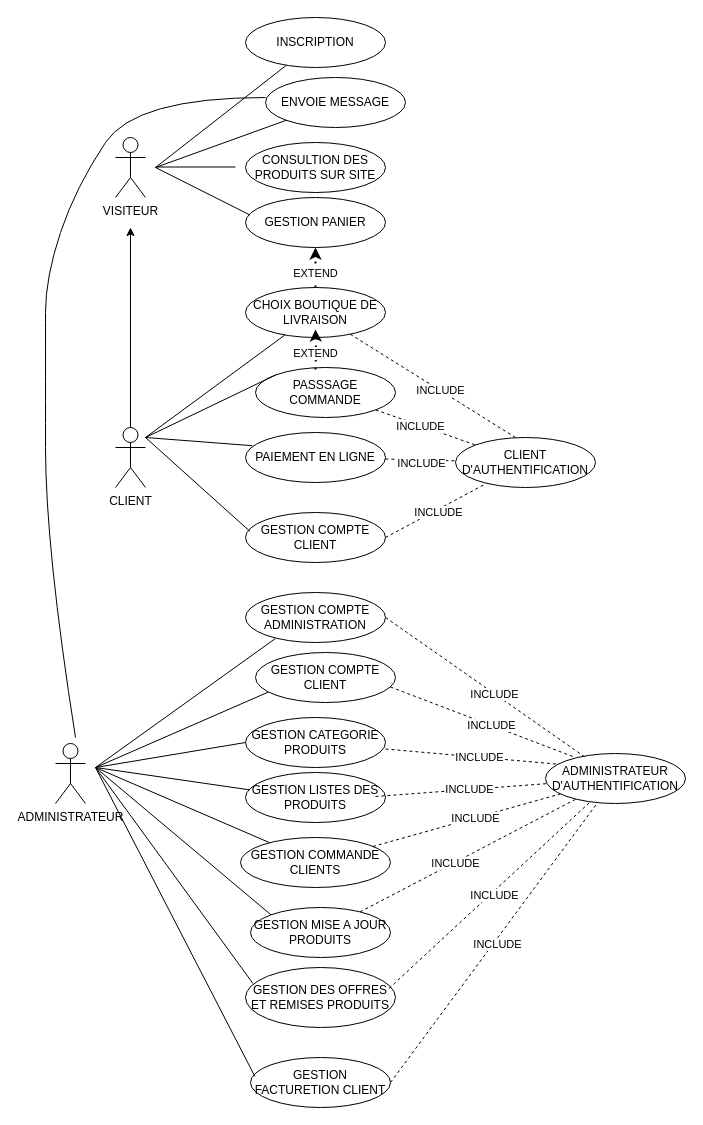
Above: Diagramme sans nom.drawio in SAMIHKHADIJA/TEST (draw.io), before the change. Source tidied: cells renumbered, new cells numbered last; positions are measured from the earlier drawing's top-left corner, leaving out a move shared by most shapes. Both pictures are drawn from the tidied source at 100%, with x=0, y=0 at pixel (45, 17).
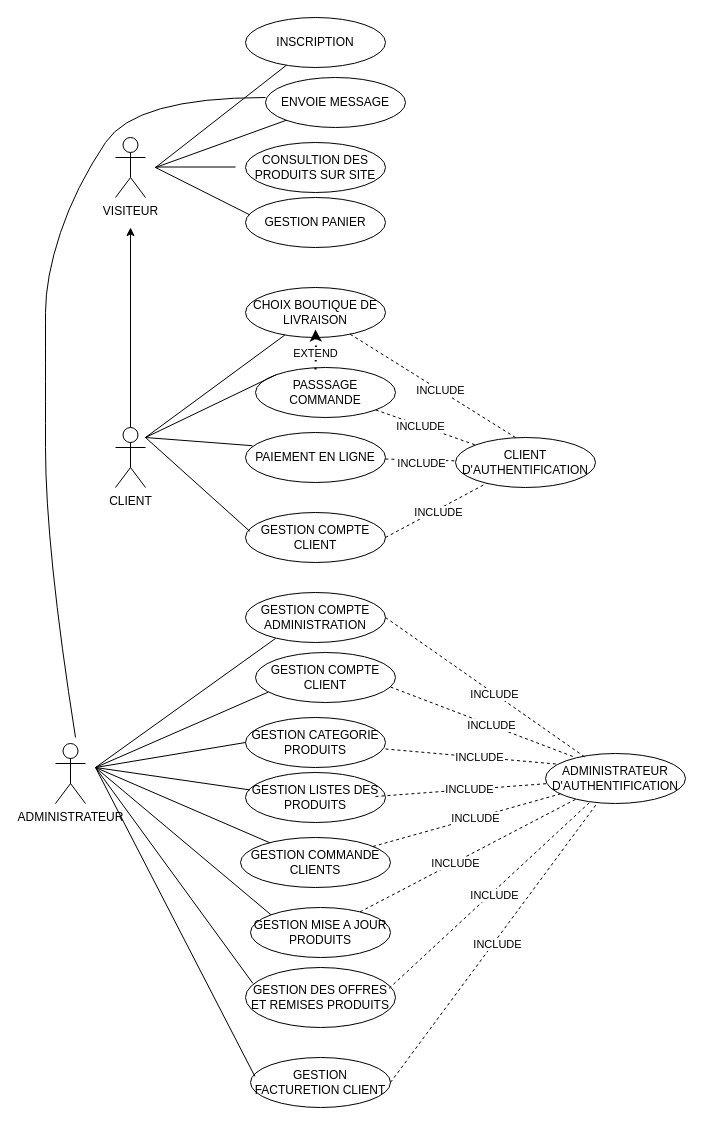
Above is the later version.

Commit message:
Mettre à jour Diagramme sans nom.drawio

The change refers to these unchanged cells:
```xml
<mxCell id="5" value="GESTION PANIER" style="ellipse;whiteSpace=wrap;html=1;" parent="1" vertex="1">
  <mxGeometry x="200" y="180" width="140" height="50" as="geometry" />
</mxCell>
<mxCell id="13" value="CHOIX BOUTIQUE DE LIVRAISON" style="ellipse;whiteSpace=wrap;html=1;" parent="1" vertex="1">
  <mxGeometry x="200" y="270" width="140" height="50" as="geometry" />
</mxCell>
```

Change to the diagram source:
```diff
@@
-    <mxCell id="11" style="edgeStyle=orthogonalEdgeStyle;rounded=0;jettySize=auto;html=1;&#10;endArrow=none;dashed=1;html=1;dashPattern=1 3;strokeWidth=2;rounded=0;" parent="1" edge="1" source="13" target="5">
-      <mxGeometry relative="1" as="geometry" />
-    </mxCell>
-    <mxCell id="12" value="EXTEND" style="edgeLabel;html=1;align=center;verticalAlign=middle;" parent="11" vertex="1">
-      <mxGeometry x="-0.25" y="1" relative="1" as="geometry" />
-    </mxCell>
```
